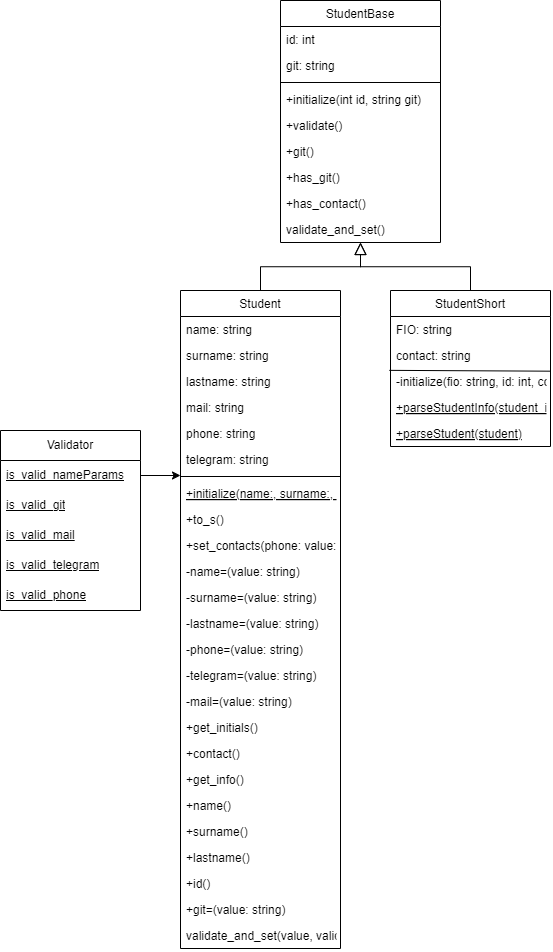
Earlier version of the draw.io export classDiagramm.png (MxVndI/Design-Patterns). Source tidied: cells renumbered, new cells last; positions are measured from the earlier drawing's top-left corner, leaving out a move shared by most shapes.
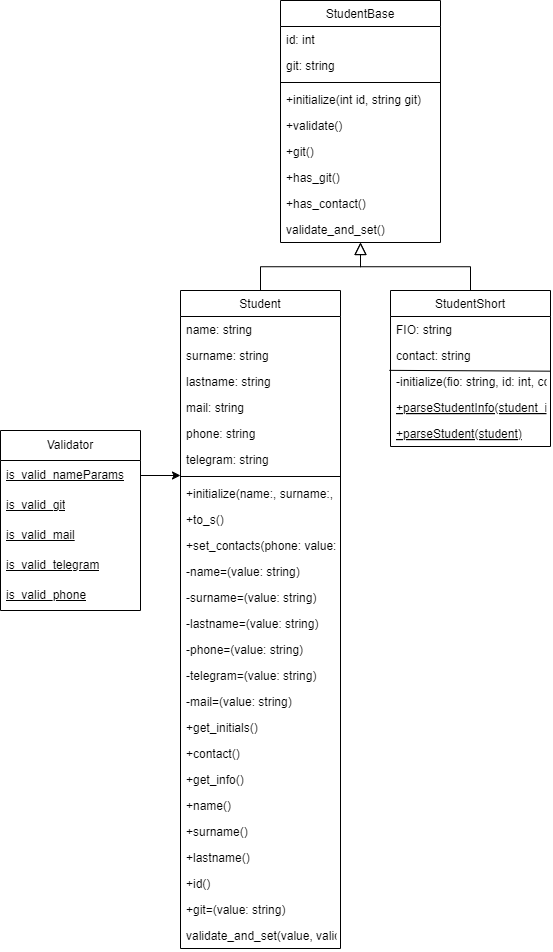
The same diagram one commit later.

What changed in the source:
```diff
@@ -56,7 +56,7 @@
     <mxCell id="19" style="line;html=1;strokeWidth=1;align=left;verticalAlign=middle;spacingTop=-1;spacingLeft=3;spacingRight=3;labelPosition=right;" parent="12" vertex="1">
       <mxGeometry y="182" width="160" height="8" as="geometry" />
     </mxCell>
-    <mxCell id="20" value="+initialize(name:, surname:, lastname:, phone:, telegram:, mail:, git:, id:)" style="text;align=left;verticalAlign=top;spacingLeft=4;spacingRight=4;overflow=hidden;fontStyle=4;" parent="12" vertex="1">
+    <mxCell id="20" value="+initialize(name:, surname:, lastname:, phone:, telegram:, mail:, git:, id:)" style="text;align=left;verticalAlign=top;spacingLeft=4;spacingRight=4;overflow=hidden;fontStyle=0;" parent="12" vertex="1">
       <mxGeometry y="190" width="160" height="26" as="geometry" />
     </mxCell>
     <mxCell id="21" value="+to_s()" style="text;align=left;verticalAlign=top;spacingLeft=4;spacingRight=4;overflow=hidden;" parent="12" vertex="1">
```
